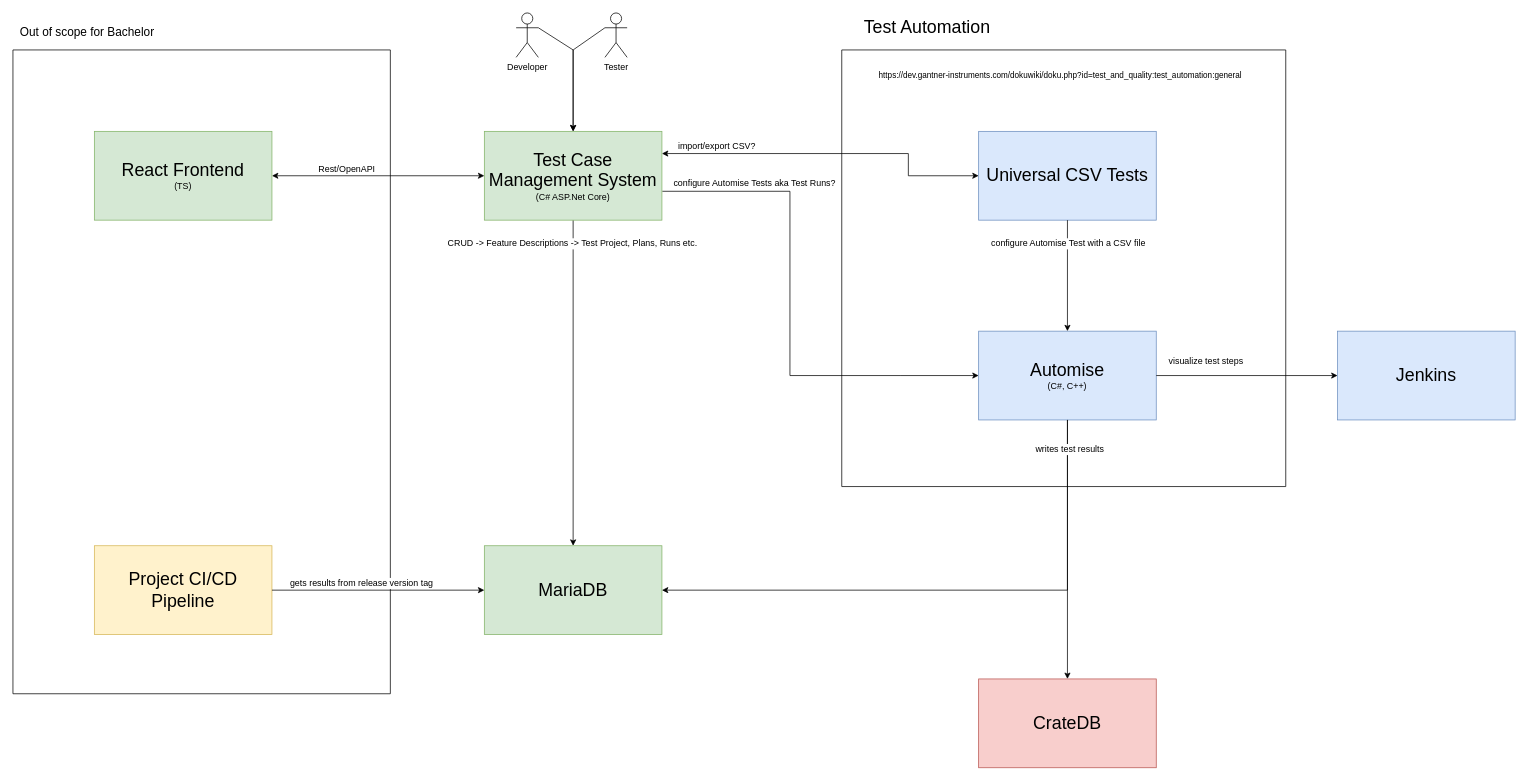
Earlier version of the draw.io diagram Misc/DrawIO/TestTechnologiesOverview.drawio (iiNomad23/FHV_BachelorThesis). Source tidied: cells renumbered, new cells numbered last; positions are measured from the earlier drawing's top-left corner, leaving out a move shared by most shapes. Both pictures are drawn from the tidied source at 74%, with x=0, y=0 at pixel (13, 13).
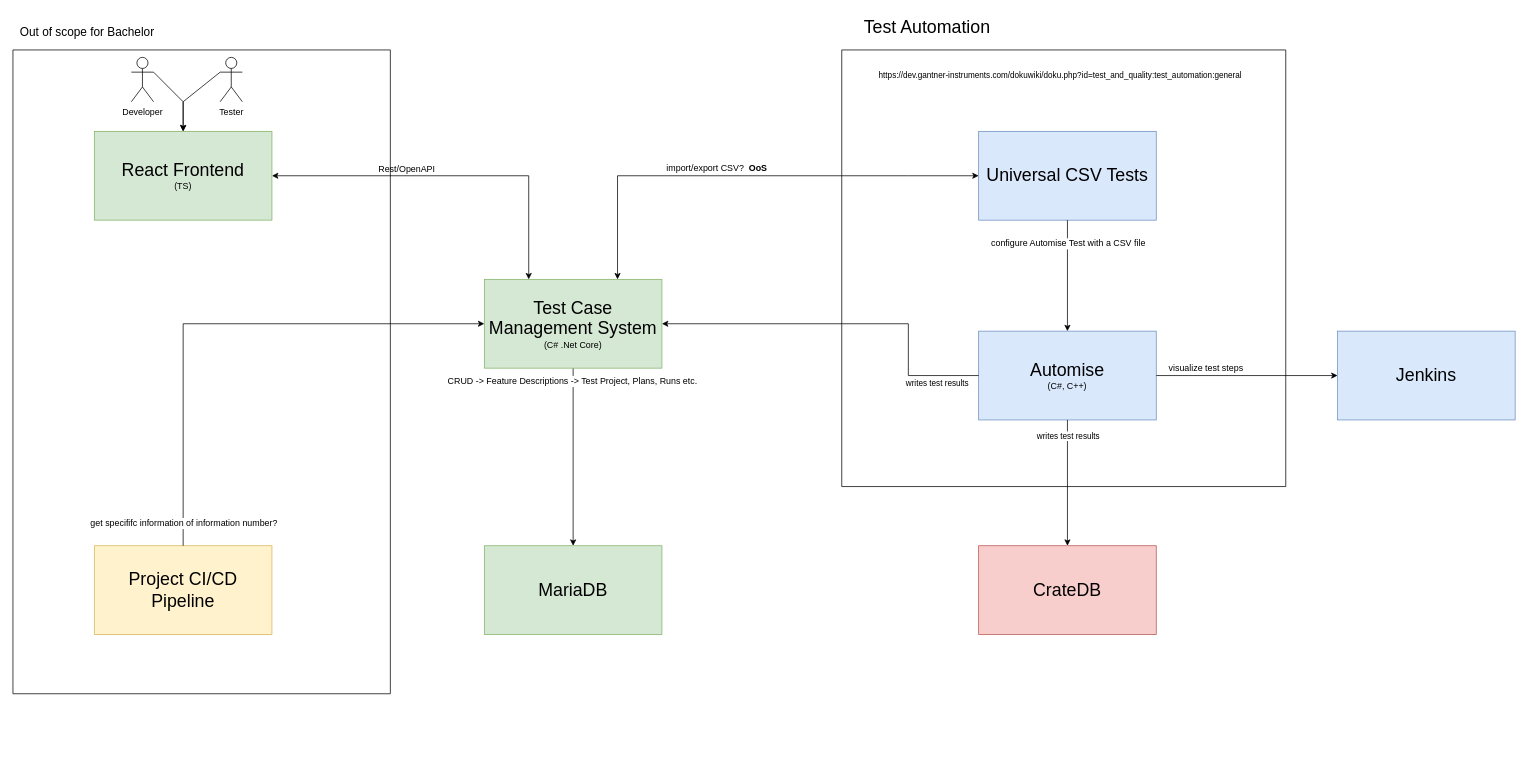
The same page after the edit.

Unchanged cells that the change refers to:
```xml
<mxCell id="4" value="&lt;font style=&quot;font-size: 24px;&quot;&gt;Universal CSV Tests&lt;/font&gt;" style="rounded=0;whiteSpace=wrap;html=1;fillColor=#dae8fc;strokeColor=#6c8ebf;" parent="2" vertex="1">
  <mxGeometry x="185" y="110" width="240" height="120" as="geometry" />
</mxCell>
<mxCell id="5" value="&lt;font style=&quot;&quot;&gt;&lt;span style=&quot;font-size: 24px;&quot;&gt;Automise&lt;/span&gt;&lt;br&gt;&lt;font style=&quot;font-size: 12px;&quot;&gt;(C#, C++)&lt;/font&gt;&lt;br&gt;&lt;/font&gt;" style="rounded=0;whiteSpace=wrap;html=1;fillColor=#dae8fc;strokeColor=#6c8ebf;" parent="2" vertex="1">
  <mxGeometry x="185" y="380" width="240" height="120" as="geometry" />
</mxCell>
<mxCell id="11" style="endArrow=classic;html=1;rounded=0;fontSize=24;exitX=0.5;exitY=1;exitDx=0;exitDy=0;entryX=0.5;entryY=0;entryDx=0;entryDy=0;" parent="1" edge="1" source="5" target="10">
  <mxGeometry relative="1" as="geometry" />
</mxCell>
<mxCell id="13" style="edgeStyle=orthogonalEdgeStyle;rounded=0;jettySize=auto;html=1;entryX=0;entryY=0.5;entryDx=0;entryDy=0;fontSize=11;" parent="1" edge="1" source="5" target="12">
  <mxGeometry relative="1" as="geometry" />
</mxCell>
<mxCell id="15" value="&lt;font style=&quot;font-size: 24px;&quot;&gt;MariaDB&lt;/font&gt;" style="rounded=0;whiteSpace=wrap;html=1;fillColor=#d5e8d4;strokeColor=#82b366;" parent="1" vertex="1">
  <mxGeometry x="637" y="720" width="240" height="120" as="geometry" />
</mxCell>
<mxCell id="26" style="swimlane;startSize=0;fontSize=16;" parent="1" vertex="1">
  <mxGeometry y="50" width="510" height="870" as="geometry" />
</mxCell>
<mxCell id="27" value="&lt;font style=&quot;&quot;&gt;&lt;span style=&quot;font-size: 24px;&quot;&gt;Project CI/CD Pipeline&lt;/span&gt;&lt;br&gt;&lt;/font&gt;" style="rounded=0;whiteSpace=wrap;html=1;fillColor=#fff2cc;strokeColor=#d6b656;" parent="26" vertex="1">
  <mxGeometry x="110" y="670" width="240" height="120" as="geometry" />
</mxCell>
<mxCell id="28" value="&lt;font style=&quot;&quot;&gt;&lt;span style=&quot;font-size: 24px;&quot;&gt;React Frontend&lt;/span&gt;&lt;br&gt;&lt;font style=&quot;font-size: 12px;&quot;&gt;(TS)&lt;/font&gt;&lt;br&gt;&lt;/font&gt;" style="rounded=0;whiteSpace=wrap;html=1;fillColor=#d5e8d4;strokeColor=#82b366;" parent="26" vertex="1">
  <mxGeometry x="110" y="110" width="240" height="120" as="geometry" />
</mxCell>
```

What changed in the source:
```diff
@@
     <mxCell id="10" value="&lt;font style=&quot;font-size: 24px;&quot;&gt;CrateDB&lt;/font&gt;" style="rounded=0;whiteSpace=wrap;html=1;fillColor=#f8cecc;strokeColor=#b85450;" parent="1" vertex="1">
-      <mxGeometry x="1305" y="900" width="240" height="120" as="geometry" />
+      <mxGeometry x="1305" y="720" width="240" height="120" as="geometry" />
     </mxCell>
@@
+    <mxCell id="37" value="writes test results" style="edgeLabel;html=1;align=center;verticalAlign=middle;" parent="11" vertex="1">
+      <mxGeometry x="-0.71" y="1" relative="1" as="geometry">
+        <mxPoint x="-1" y="-4" as="offset" />
+      </mxGeometry>
+    </mxCell>
@@
     <mxCell id="14" value="visualize test steps" style="edgeLabel;html=1;align=center;verticalAlign=middle;fontSize=12;" parent="13" vertex="1">
       <mxGeometry x="-0.65" y="4" relative="1" as="geometry">
-        <mxPoint x="23" y="-16" as="offset" />
+        <mxPoint x="23" y="-6" as="offset" />
       </mxGeometry>
     </mxCell>
@@
-    <mxCell id="18" style="edgeStyle=none;rounded=0;jettySize=auto;html=1;entryX=0;entryY=0.5;entryDx=0;entryDy=0;strokeColor=default;fontSize=12;exitX=1.002;exitY=0.675;exitDx=0;exitDy=0;exitPerimeter=0;" parent="1" edge="1" source="20" target="5">
-      <mxGeometry relative="1" as="geometry">
-        <Array as="points">
-          <mxPoint x="1050" y="241" />
-          <mxPoint x="1050" y="490" />
-          <mxPoint x="1200" y="490" />
-        </Array>
-      </mxGeometry>
-    </mxCell>
-    <mxCell id="19" value="configure Automise Tests aka Test Runs?" style="edgeLabel;html=1;align=center;verticalAlign=middle;fontSize=12;" parent="18" vertex="1">
-      <mxGeometry x="-0.69" y="1" relative="1" as="geometry">
-        <mxPoint x="19" y="-10" as="offset" />
-      </mxGeometry>
-    </mxCell>
-    <mxCell id="20" value="&lt;font style=&quot;&quot;&gt;&lt;span style=&quot;font-size: 24px;&quot;&gt;Test Case Management System&lt;/span&gt;&lt;br&gt;&lt;font style=&quot;font-size: 12px;&quot;&gt;(C# ASP.Net Core)&lt;/font&gt;&lt;br&gt;&lt;/font&gt;" style="rounded=0;whiteSpace=wrap;html=1;fillColor=#d5e8d4;strokeColor=#82b366;" parent="1" vertex="1">
-      <mxGeometry x="637" y="160" width="240" height="120" as="geometry" />
+    <mxCell id="20" value="&lt;font style=&quot;&quot;&gt;&lt;span style=&quot;font-size: 24px;&quot;&gt;Test Case Management System&lt;/span&gt;&lt;br&gt;&lt;font style=&quot;font-size: 12px;&quot;&gt;(C# .Net Core)&lt;/font&gt;&lt;br&gt;&lt;/font&gt;" style="rounded=0;whiteSpace=wrap;html=1;fillColor=#d5e8d4;strokeColor=#82b366;" parent="1" vertex="1">
+      <mxGeometry x="637" y="360" width="240" height="120" as="geometry" />
     </mxCell>
-    <mxCell id="21" style="endArrow=classic;startArrow=classic;html=1;rounded=0;strokeColor=default;fontSize=12;exitX=1;exitY=0.5;exitDx=0;exitDy=0;entryX=0;entryY=0.5;entryDx=0;entryDy=0;" parent="1" edge="1" source="28" target="20">
-      <mxGeometry relative="1" as="geometry" />
+    <mxCell id="21" style="endArrow=classic;startArrow=classic;html=1;rounded=0;strokeColor=default;fontSize=12;exitX=1;exitY=0.5;exitDx=0;exitDy=0;entryX=0.25;entryY=0;entryDx=0;entryDy=0;" parent="1" edge="1" source="28" target="20">
+      <mxGeometry relative="1" as="geometry">
+        <Array as="points">
+          <mxPoint x="697" y="220" />
+        </Array>
+      </mxGeometry>
     </mxCell>
@@
-    <mxCell id="23" style="edgeStyle=none;rounded=0;jettySize=auto;html=1;exitX=0.5;exitY=1;exitDx=0;exitDy=0;entryX=1;entryY=0.5;entryDx=0;entryDy=0;strokeColor=default;fontSize=12;" parent="1" edge="1" source="5" target="15">
-      <mxGeometry relative="1" as="geometry">
-        <Array as="points">
-          <mxPoint x="1425" y="780" />
-        </Array>
-      </mxGeometry>
-    </mxCell>
-    <mxCell id="24" value="writes test results" style="edgeLabel;html=1;align=center;verticalAlign=middle;fontSize=12;" parent="23" vertex="1">
-      <mxGeometry x="-0.9" y="2" relative="1" as="geometry" />
-    </mxCell>
@@
+    <mxCell id="34" value="Tester" style="shape=umlActor;verticalLabelPosition=bottom;verticalAlign=top;html=1;outlineConnect=0;fontSize=12;" parent="26" vertex="1">
+      <mxGeometry x="280" y="10" width="30" height="60" as="geometry" />
+    </mxCell>
+    <mxCell id="36" value="Developer" style="shape=umlActor;verticalLabelPosition=bottom;verticalAlign=top;html=1;outlineConnect=0;fontSize=12;" parent="26" vertex="1">
+      <mxGeometry x="160" y="10" width="30" height="60" as="geometry" />
+    </mxCell>
+    <mxCell id="35" style="edgeStyle=none;rounded=0;jettySize=auto;html=1;strokeColor=default;fontSize=12;entryX=0.5;entryY=0;entryDx=0;entryDy=0;exitX=1;exitY=0.3333333333333333;exitDx=0;exitDy=0;exitPerimeter=0;" parent="26" edge="1" source="36" target="28">
+      <mxGeometry relative="1" as="geometry">
+        <Array as="points">
+          <mxPoint x="230" y="70" />
+        </Array>
+      </mxGeometry>
+    </mxCell>
-    <mxCell id="29" style="edgeStyle=none;rounded=0;jettySize=auto;html=1;entryX=0;entryY=0.5;entryDx=0;entryDy=0;strokeColor=default;fontSize=16;" parent="1" edge="1" source="27" target="15">
-      <mxGeometry relative="1" as="geometry" />
+    <mxCell id="29" style="edgeStyle=none;rounded=0;jettySize=auto;html=1;entryX=0;entryY=0.5;entryDx=0;entryDy=0;strokeColor=default;fontSize=16;" parent="1" edge="1" source="27" target="20">
+      <mxGeometry relative="1" as="geometry">
+        <Array as="points">
+          <mxPoint x="230" y="420" />
+        </Array>
+      </mxGeometry>
     </mxCell>
-    <mxCell id="30" value="gets results from release version tag" style="edgeLabel;html=1;align=center;verticalAlign=middle;fontSize=12;" parent="29" vertex="1">
+    <mxCell id="30" value="get specififc information of information number?" style="edgeLabel;html=1;align=center;verticalAlign=middle;fontSize=12;" parent="29" vertex="1">
       <mxGeometry x="-0.64" y="1" relative="1" as="geometry">
-        <mxPoint x="68" y="-9" as="offset" />
+        <mxPoint x="1" y="96" as="offset" />
       </mxGeometry>
     </mxCell>
-    <mxCell id="31" style="endArrow=classic;startArrow=classic;html=1;rounded=0;strokeColor=default;fontSize=12;exitX=1;exitY=0.25;exitDx=0;exitDy=0;entryX=0;entryY=0.5;entryDx=0;entryDy=0;" parent="1" edge="1" source="20" target="4">
+    <mxCell id="31" style="endArrow=classic;startArrow=classic;html=1;rounded=0;strokeColor=default;fontSize=12;exitX=0.75;exitY=0;exitDx=0;exitDy=0;entryX=0;entryY=0.5;entryDx=0;entryDy=0;" parent="1" edge="1" source="20" target="4">
       <mxGeometry relative="1" as="geometry">
         <Array as="points">
-          <mxPoint x="1210" y="190" />
+          <mxPoint x="817" y="220" />
+          <mxPoint x="1000" y="220" />
           <mxPoint x="1210" y="220" />
         </Array>
       </mxGeometry>
     </mxCell>
-    <mxCell id="32" value="import/export CSV?" style="edgeLabel;html=1;align=center;verticalAlign=middle;fontSize=12;" parent="31" vertex="1">
+    <mxCell id="32" value="import/export CSV?&amp;nbsp; &lt;b&gt;OoS&lt;/b&gt;" style="edgeLabel;html=1;align=center;verticalAlign=middle;fontSize=12;" parent="31" vertex="1">
       <mxGeometry x="-0.61" y="1" relative="1" as="geometry">
-        <mxPoint x="-16" y="-9" as="offset" />
+        <mxPoint x="134" y="-29" as="offset" />
       </mxGeometry>
     </mxCell>
-    <mxCell id="33" style="edgeStyle=none;rounded=0;jettySize=auto;html=1;exitX=0;exitY=0.3333333333333333;exitDx=0;exitDy=0;exitPerimeter=0;entryX=0.5;entryY=0;entryDx=0;entryDy=0;strokeColor=default;fontSize=12;" parent="1" edge="1" source="34" target="20">
+    <mxCell id="33" style="edgeStyle=none;rounded=0;jettySize=auto;html=1;exitX=0;exitY=0.3333333333333333;exitDx=0;exitDy=0;exitPerimeter=0;strokeColor=default;fontSize=12;" parent="1" edge="1" source="34">
       <mxGeometry relative="1" as="geometry">
+        <mxPoint x="230" y="160" as="targetPoint" />
         <Array as="points">
-          <mxPoint x="757" y="50" />
+          <mxPoint x="230" y="120" />
         </Array>
       </mxGeometry>
     </mxCell>
-    <mxCell id="34" value="Tester" style="shape=umlActor;verticalLabelPosition=bottom;verticalAlign=top;html=1;outlineConnect=0;fontSize=12;" parent="1" vertex="1">
-      <mxGeometry x="800" width="30" height="60" as="geometry" />
-    </mxCell>
-    <mxCell id="35" style="edgeStyle=none;rounded=0;jettySize=auto;html=1;strokeColor=default;fontSize=12;entryX=0.5;entryY=0;entryDx=0;entryDy=0;exitX=1;exitY=0.3333333333333333;exitDx=0;exitDy=0;exitPerimeter=0;" parent="1" edge="1" source="36" target="20">
-      <mxGeometry relative="1" as="geometry">
-        <Array as="points">
-          <mxPoint x="757" y="50" />
-        </Array>
-      </mxGeometry>
-    </mxCell>
-    <mxCell id="36" value="Developer" style="shape=umlActor;verticalLabelPosition=bottom;verticalAlign=top;html=1;outlineConnect=0;fontSize=12;" parent="1" vertex="1">
-      <mxGeometry x="680" width="30" height="60" as="geometry" />
-    </mxCell>
+    <mxCell id="38" style="edgeStyle=orthogonalEdgeStyle;rounded=0;jettySize=auto;html=1;exitX=0;exitY=0.5;exitDx=0;exitDy=0;entryX=1;entryY=0.5;entryDx=0;entryDy=0;" parent="1" edge="1" source="5" target="20">
+      <mxGeometry relative="1" as="geometry">
+        <Array as="points">
+          <mxPoint x="1210" y="490" />
+          <mxPoint x="1210" y="420" />
+        </Array>
+      </mxGeometry>
+    </mxCell>
+    <mxCell id="39" value="writes test results" style="edgeLabel;html=1;align=center;verticalAlign=middle;" parent="38" vertex="1">
+      <mxGeometry x="-0.72" y="-3" relative="1" as="geometry">
+        <mxPoint x="13" y="13" as="offset" />
+      </mxGeometry>
+    </mxCell>
```
